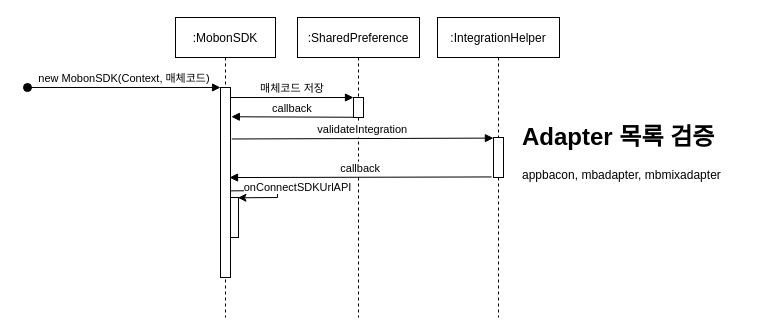
BaekSeungJo/Diagram keeps this draw.io diagram as Android SDK.drawio. Above is the earlier version. Source tidied: cells renumbered, new cells numbered last; positions are measured from the earlier drawing's top-left corner, leaving out a move shared by most shapes. Both pictures are drawn from the tidied source at 100%, with x=0, y=0 at pixel (27, 17).
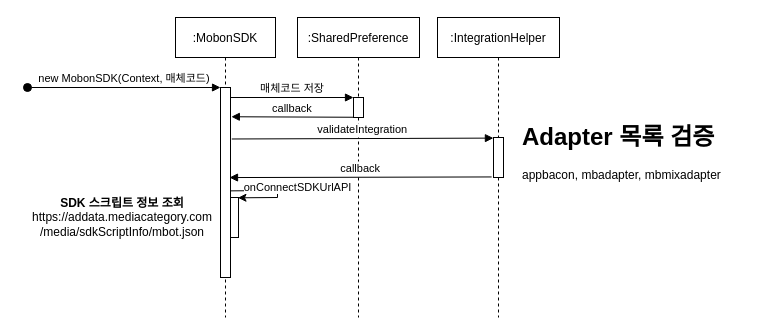
The same diagram, later.

Diff of the diagram source:
```diff
@@
 <mxGraphModel>
   <root>
     <mxCell id="0" />
     <mxCell id="1" parent="0" />
     <mxCell id="2" value=":MobonSDK" style="shape=umlLifeline;perimeter=lifelinePerimeter;rounded=0;shadow=0;strokeWidth=1;" parent="1" vertex="1">
       <mxGeometry x="148" width="100" height="300" as="geometry" />
     </mxCell>
     <mxCell id="3" style="points=[];perimeter=orthogonalPerimeter;rounded=0;shadow=0;strokeWidth=1;" parent="2" vertex="1">
       <mxGeometry x="45" y="70" width="10" height="190" as="geometry" />
     </mxCell>
     <mxCell id="4" value="new MobonSDK(Context, 매체코드)" style="verticalAlign=bottom;startArrow=oval;endArrow=block;startSize=8;shadow=0;strokeWidth=1;" parent="2" edge="1" target="3">
       <mxGeometry relative="1" as="geometry">
         <mxPoint x="-148" y="70" as="sourcePoint" />
       </mxGeometry>
     </mxCell>
     <mxCell id="5" style="points=[];perimeter=orthogonalPerimeter;rounded=0;shadow=0;strokeWidth=1;" parent="2" vertex="1">
       <mxGeometry x="55" y="180" width="8" height="40" as="geometry" />
     </mxCell>
     <mxCell id="6" value="onConnectSDKUrlAPI" style="endArrow=classic;html=1;rounded=0;exitX=0.999;exitY=0.544;exitDx=0;exitDy=0;exitPerimeter=0;entryX=0.933;entryY=0.008;entryDx=0;entryDy=0;entryPerimeter=0;" parent="2" edge="1" source="3" target="5">
       <mxGeometry x="0.01" y="20" relative="1" as="geometry">
         <Array as="points">
           <mxPoint x="102" y="173" />
           <mxPoint x="102" y="180" />
         </Array>
         <mxPoint y="-3" as="offset" />
       </mxGeometry>
     </mxCell>
     <mxCell id="7" value=":SharedPreference" style="shape=umlLifeline;perimeter=lifelinePerimeter;rounded=0;shadow=0;strokeWidth=1;" parent="1" vertex="1">
       <mxGeometry x="270" width="122" height="300" as="geometry" />
     </mxCell>
     <mxCell id="8" style="points=[];perimeter=orthogonalPerimeter;rounded=0;shadow=0;strokeWidth=1;" parent="7" vertex="1">
       <mxGeometry x="56" y="80" width="10" height="20" as="geometry" />
     </mxCell>
     <mxCell id="9" value="매체코드 저장" style="verticalAlign=bottom;endArrow=block;entryX=0;entryY=0;shadow=0;strokeWidth=1;" parent="1" edge="1" source="3" target="8">
       <mxGeometry relative="1" as="geometry" />
     </mxCell>
     <mxCell id="10" value="callback" style="verticalAlign=bottom;endArrow=block;shadow=0;strokeWidth=1;entryX=1.084;entryY=0.154;entryDx=0;entryDy=0;entryPerimeter=0;exitX=-0.008;exitY=0.988;exitDx=0;exitDy=0;exitPerimeter=0;" parent="1" edge="1" source="8" target="3">
       <mxGeometry relative="1" as="geometry" />
     </mxCell>
     <mxCell id="11" value=":IntegrationHelper" style="shape=umlLifeline;perimeter=lifelinePerimeter;rounded=0;shadow=0;strokeWidth=1;" parent="1" vertex="1">
       <mxGeometry x="410" width="122" height="300" as="geometry" />
     </mxCell>
     <mxCell id="12" style="points=[];perimeter=orthogonalPerimeter;rounded=0;shadow=0;strokeWidth=1;" parent="11" vertex="1">
       <mxGeometry x="56" y="120" width="10" height="40" as="geometry" />
     </mxCell>
     <mxCell id="13" value="validateIntegration" style="verticalAlign=bottom;endArrow=block;entryX=-0.008;entryY=0.015;shadow=0;strokeWidth=1;exitX=1.125;exitY=0.271;exitDx=0;exitDy=0;exitPerimeter=0;entryDx=0;entryDy=0;entryPerimeter=0;" parent="1" edge="1" source="3" target="12">
       <mxGeometry relative="1" as="geometry" />
     </mxCell>
     <mxCell id="14" value="&lt;h1&gt;Adapter 목록 검증&lt;/h1&gt;&lt;p&gt;appbacon,&amp;nbsp;&lt;span style=&quot;background-color: initial;&quot;&gt;mbadapter,&amp;nbsp;&lt;/span&gt;&lt;span style=&quot;background-color: initial;&quot;&gt;mbmixadapter&lt;/span&gt;&lt;/p&gt;" style="text;html=1;strokeColor=none;fillColor=none;spacing=5;spacingTop=-20;whiteSpace=wrap;overflow=hidden;rounded=0;" parent="1" vertex="1">
       <mxGeometry x="490" y="100" width="230" height="80" as="geometry" />
     </mxCell>
     <mxCell id="15" value="callback" style="verticalAlign=bottom;endArrow=block;shadow=0;strokeWidth=1;entryX=0.9;entryY=0.474;entryDx=0;entryDy=0;entryPerimeter=0;exitX=-0.185;exitY=0.986;exitDx=0;exitDy=0;exitPerimeter=0;" parent="1" edge="1" source="12" target="3">
       <mxGeometry relative="1" as="geometry" />
     </mxCell>
+    <mxCell id="16" value="&lt;b&gt;SDK 스크립트 정보 조회&lt;/b&gt;&lt;br&gt;https://addata.mediacategory.com&lt;br&gt;/media/sdkScriptInfo/mbot.json" style="text;html=1;strokeColor=none;fillColor=none;align=center;verticalAlign=middle;whiteSpace=wrap;rounded=0;" parent="1" vertex="1">
+      <mxGeometry y="160" width="190" height="80" as="geometry" />
+    </mxCell>
   </root>
 </mxGraphModel>
```
